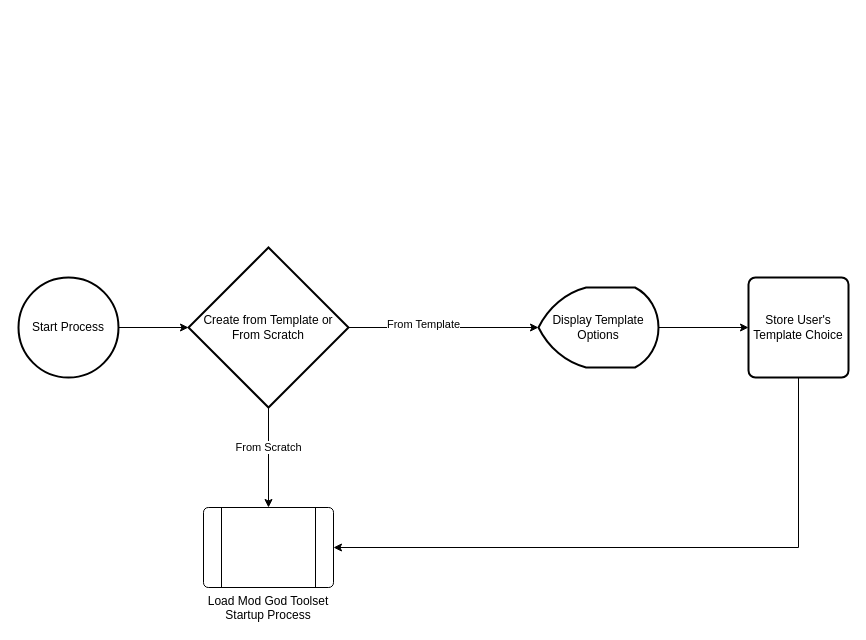
RPG-Research/bcirpg keeps this draw.io diagram as Phase2/Flowcharts/modgodToolset/TemplateCreation/CreateFromTemplateSubprocess.drawio. Above is the earlier version. Source tidied: cells renumbered, new cells numbered last; positions are measured from the earlier drawing's top-left corner, leaving out a move shared by most shapes. Both pictures are drawn from the tidied source at 100%, with x=0, y=0 at pixel (18, 247).
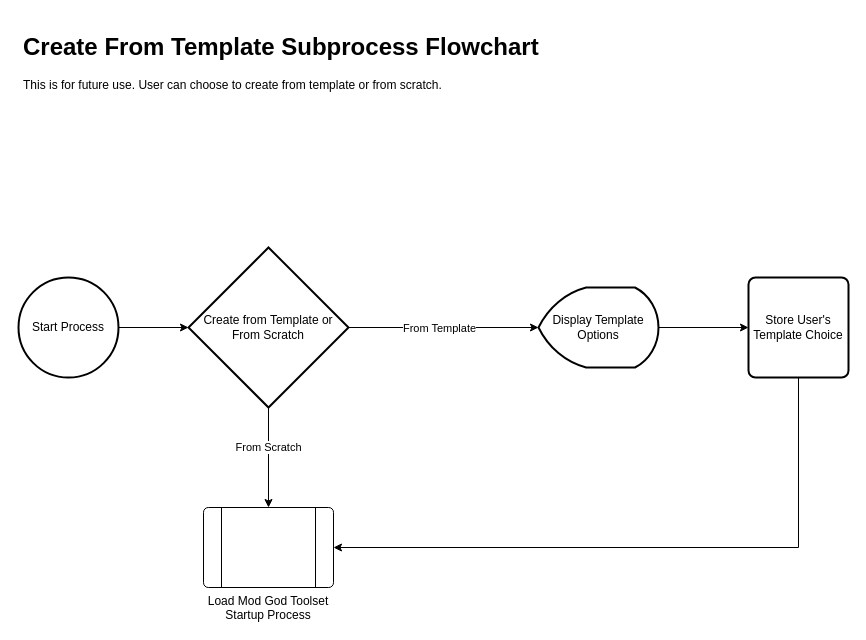
The same diagram, later.

Diff of the diagram source:
```diff
@@
 <mxGraphModel>
   <root>
     <mxCell id="0" />
     <mxCell id="1" parent="0" />
     <mxCell id="2" style="edgeStyle=orthogonalEdgeStyle;rounded=0;jettySize=auto;html=1;" parent="1" edge="1" source="3" target="8">
       <mxGeometry relative="1" as="geometry" />
     </mxCell>
     <mxCell id="3" value="Start Process" style="strokeWidth=2;html=1;shape=mxgraph.flowchart.start_2;whiteSpace=wrap;" parent="1" vertex="1">
       <mxGeometry y="30" width="100" height="100" as="geometry" />
     </mxCell>
     <mxCell id="4" style="edgeStyle=orthogonalEdgeStyle;rounded=0;jettySize=auto;html=1;exitX=1;exitY=0.5;exitDx=0;exitDy=0;exitPerimeter=0;" parent="1" edge="1" source="8" target="10">
       <mxGeometry relative="1" as="geometry" />
     </mxCell>
     <mxCell id="5" value="From Template" style="edgeLabel;html=1;align=center;verticalAlign=middle;" parent="4" vertex="1">
-      <mxGeometry x="-0.22" y="4" relative="1" as="geometry" />
+      <mxGeometry x="-0.22" y="4" relative="1" as="geometry">
+        <mxPoint x="16" y="4" as="offset" />
+      </mxGeometry>
     </mxCell>
     <mxCell id="6" style="edgeStyle=orthogonalEdgeStyle;rounded=0;jettySize=auto;html=1;exitX=0.5;exitY=1;exitDx=0;exitDy=0;exitPerimeter=0;entryX=0.5;entryY=0;entryDx=0;entryDy=0;" parent="1" edge="1" source="8" target="12">
       <mxGeometry relative="1" as="geometry" />
     </mxCell>
     <mxCell id="7" value="From Scratch" style="edgeLabel;html=1;align=center;verticalAlign=middle;" parent="6" vertex="1">
       <mxGeometry x="-0.22" y="-1" relative="1" as="geometry" />
     </mxCell>
     <mxCell id="8" value="Create from Template or&lt;br&gt;From Scratch" style="strokeWidth=2;html=1;shape=mxgraph.flowchart.decision;whiteSpace=wrap;" parent="1" vertex="1">
       <mxGeometry x="170" width="160" height="160" as="geometry" />
     </mxCell>
     <mxCell id="9" style="edgeStyle=orthogonalEdgeStyle;rounded=0;jettySize=auto;html=1;entryX=0;entryY=0.5;entryDx=0;entryDy=0;" parent="1" edge="1" source="10" target="14">
       <mxGeometry relative="1" as="geometry" />
     </mxCell>
     <mxCell id="10" value="Display Template Options" style="strokeWidth=2;html=1;shape=mxgraph.flowchart.display;whiteSpace=wrap;" parent="1" vertex="1">
       <mxGeometry x="520" y="40" width="120" height="80" as="geometry" />
     </mxCell>
     <mxCell id="11" style="edgeStyle=orthogonalEdgeStyle;rounded=0;orthogonalLoop=1;jettySize=auto;html=1;exitX=0.5;exitY=1;exitDx=0;exitDy=0;exitPerimeter=0;" parent="1" edge="1" source="8" target="8">
       <mxGeometry relative="1" as="geometry" />
     </mxCell>
     <mxCell id="12" value="Load Mod God Toolset Startup Process&lt;br&gt;" style="verticalLabelPosition=bottom;verticalAlign=top;html=1;shape=process;whiteSpace=wrap;rounded=1;size=0.14;arcSize=6;" parent="1" vertex="1">
       <mxGeometry x="185" y="260" width="130" height="80" as="geometry" />
     </mxCell>
     <mxCell id="13" style="edgeStyle=orthogonalEdgeStyle;rounded=0;jettySize=auto;html=1;entryX=1;entryY=0.5;entryDx=0;entryDy=0;" parent="1" edge="1" source="14" target="12">
       <mxGeometry relative="1" as="geometry">
         <Array as="points">
           <mxPoint x="780" y="300" />
         </Array>
       </mxGeometry>
     </mxCell>
     <mxCell id="14" value="Store User's Template Choice" style="rounded=1;whiteSpace=wrap;html=1;absoluteArcSize=1;arcSize=14;strokeWidth=2;" parent="1" vertex="1">
       <mxGeometry x="730" y="30" width="100" height="100" as="geometry" />
     </mxCell>
+    <mxCell id="15" value="&lt;h1&gt;Create From Template Subprocess Flowchart&lt;/h1&gt;&lt;p&gt;This is for future use. User can choose to create from template or from scratch.&lt;/p&gt;&lt;p&gt;&lt;br&gt;&lt;/p&gt;" style="text;html=1;strokeColor=none;fillColor=none;spacing=5;spacingTop=-20;whiteSpace=wrap;overflow=hidden;rounded=0;" parent="1" vertex="1">
+      <mxGeometry y="-220" width="830" height="100" as="geometry" />
+    </mxCell>
   </root>
 </mxGraphModel>
```
